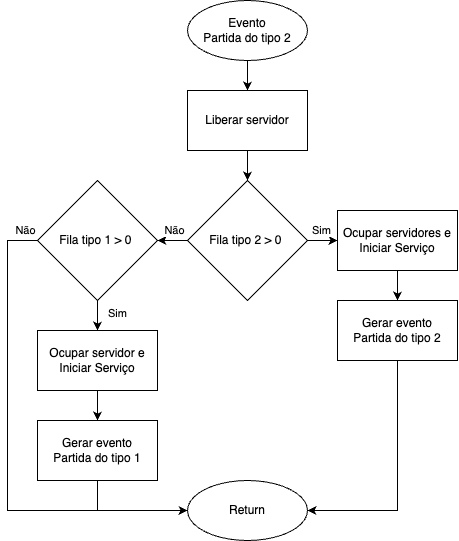
This is recurso/docs/departure_type2.png from andreaoliveira9/Projeto-SO-1-Sim, a draw.io export, as it was before one commit. Source tidied: cells renumbered, new cells last; positions are measured from the earlier drawing's top-left corner, leaving out a move shared by most shapes.
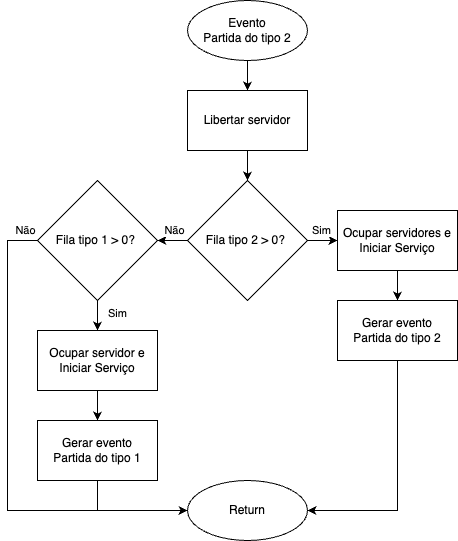
The same diagram one commit later.

What changed in the source:
```diff
@@ -11,7 +11,7 @@
     <mxCell id="4" style="edgeStyle=orthogonalEdgeStyle;rounded=0;jettySize=auto;html=1;exitX=0.5;exitY=1;exitDx=0;exitDy=0;entryX=0.5;entryY=0;entryDx=0;entryDy=0;" parent="1" edge="1" source="5" target="10">
       <mxGeometry relative="1" as="geometry" />
     </mxCell>
-    <mxCell id="5" value="Liberar servidor" style="rounded=0;whiteSpace=wrap;html=1;" parent="1" vertex="1">
+    <mxCell id="5" value="Libertar servidor" style="rounded=0;whiteSpace=wrap;html=1;" parent="1" vertex="1">
       <mxGeometry x="180" y="90" width="120" height="60" as="geometry" />
     </mxCell>
     <mxCell id="6" style="edgeStyle=orthogonalEdgeStyle;rounded=0;jettySize=auto;html=1;exitX=1;exitY=0.5;exitDx=0;exitDy=0;entryX=0;entryY=0.5;entryDx=0;entryDy=0;" parent="1" edge="1" source="10" target="12">
@@ -30,7 +30,7 @@
         <mxPoint y="-8" as="offset" />
       </mxGeometry>
     </mxCell>
-    <mxCell id="10" value="Fila tipo 2 &amp;gt; 0&amp;nbsp;" style="rhombus;whiteSpace=wrap;html=1;" parent="1" vertex="1">
+    <mxCell id="10" value="Fila tipo 2 &amp;gt; 0?&amp;nbsp;" style="rhombus;whiteSpace=wrap;html=1;" parent="1" vertex="1">
       <mxGeometry x="180" y="180" width="120" height="120" as="geometry" />
     </mxCell>
     <mxCell id="11" style="edgeStyle=orthogonalEdgeStyle;rounded=0;jettySize=auto;html=1;exitX=0.5;exitY=1;exitDx=0;exitDy=0;entryX=0.5;entryY=0;entryDx=0;entryDy=0;" parent="1" edge="1" source="12" target="24">
@@ -60,7 +60,7 @@
         <mxPoint y="-9" as="offset" />
       </mxGeometry>
     </mxCell>
-    <mxCell id="17" value="Fila tipo 1 &amp;gt; 0&amp;nbsp;" style="rhombus;whiteSpace=wrap;html=1;" parent="1" vertex="1">
+    <mxCell id="17" value="Fila tipo 1 &amp;gt; 0?&amp;nbsp;" style="rhombus;whiteSpace=wrap;html=1;" parent="1" vertex="1">
       <mxGeometry x="30" y="180" width="120" height="120" as="geometry" />
     </mxCell>
     <mxCell id="18" style="edgeStyle=orthogonalEdgeStyle;rounded=0;jettySize=auto;html=1;exitX=0.5;exitY=1;exitDx=0;exitDy=0;entryX=0.5;entryY=0;entryDx=0;entryDy=0;" parent="1" edge="1" source="19" target="22">
```
